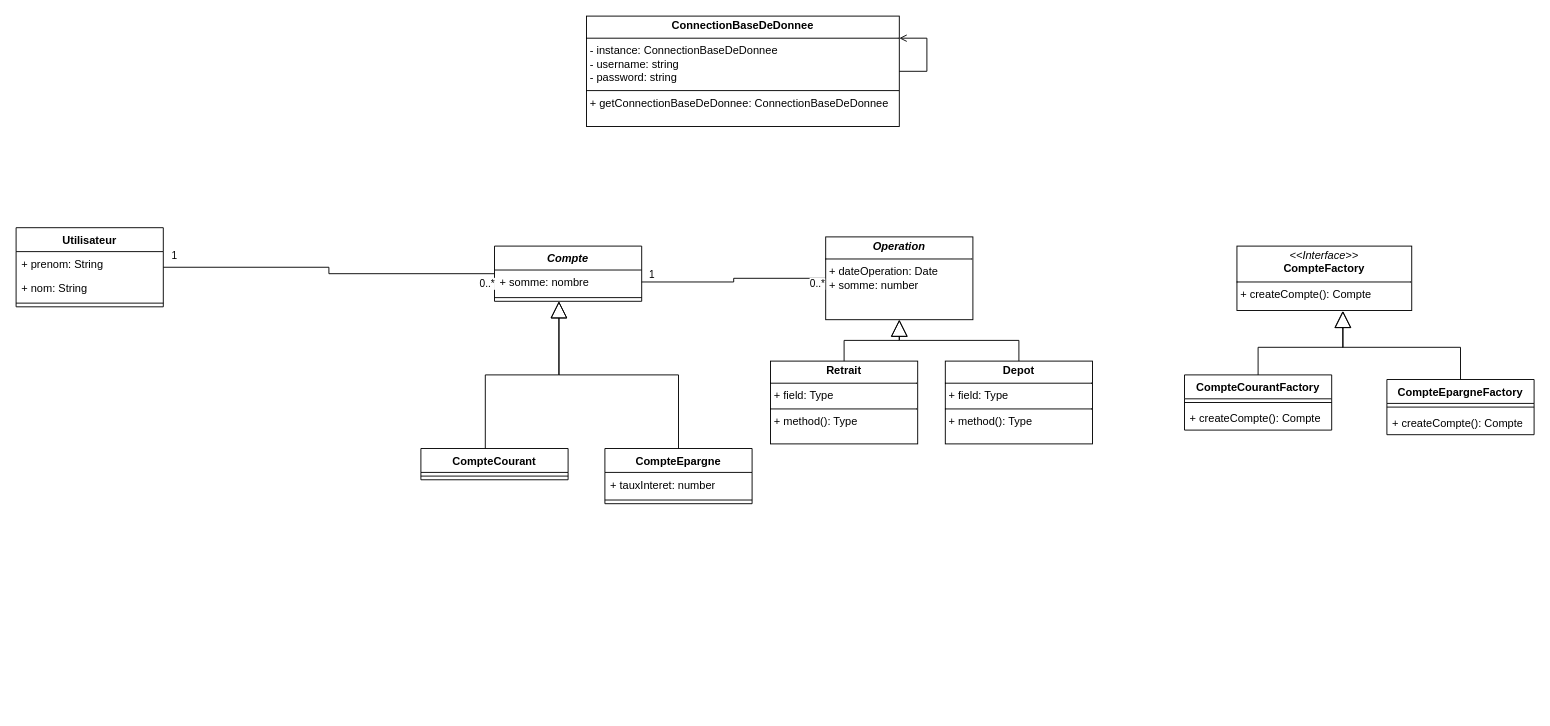
Before: docs/DiagrammeDeClasse.drawio in SamuelFMS/18-Dev-Design-Patern, a draw.io diagram. Source tidied: cells renumbered, new cells numbered last; positions are measured from the earlier drawing's top-left corner, leaving out a move shared by most shapes. Both pictures are drawn from the tidied source at 92%, with x=0, y=0 at pixel (16, 16).
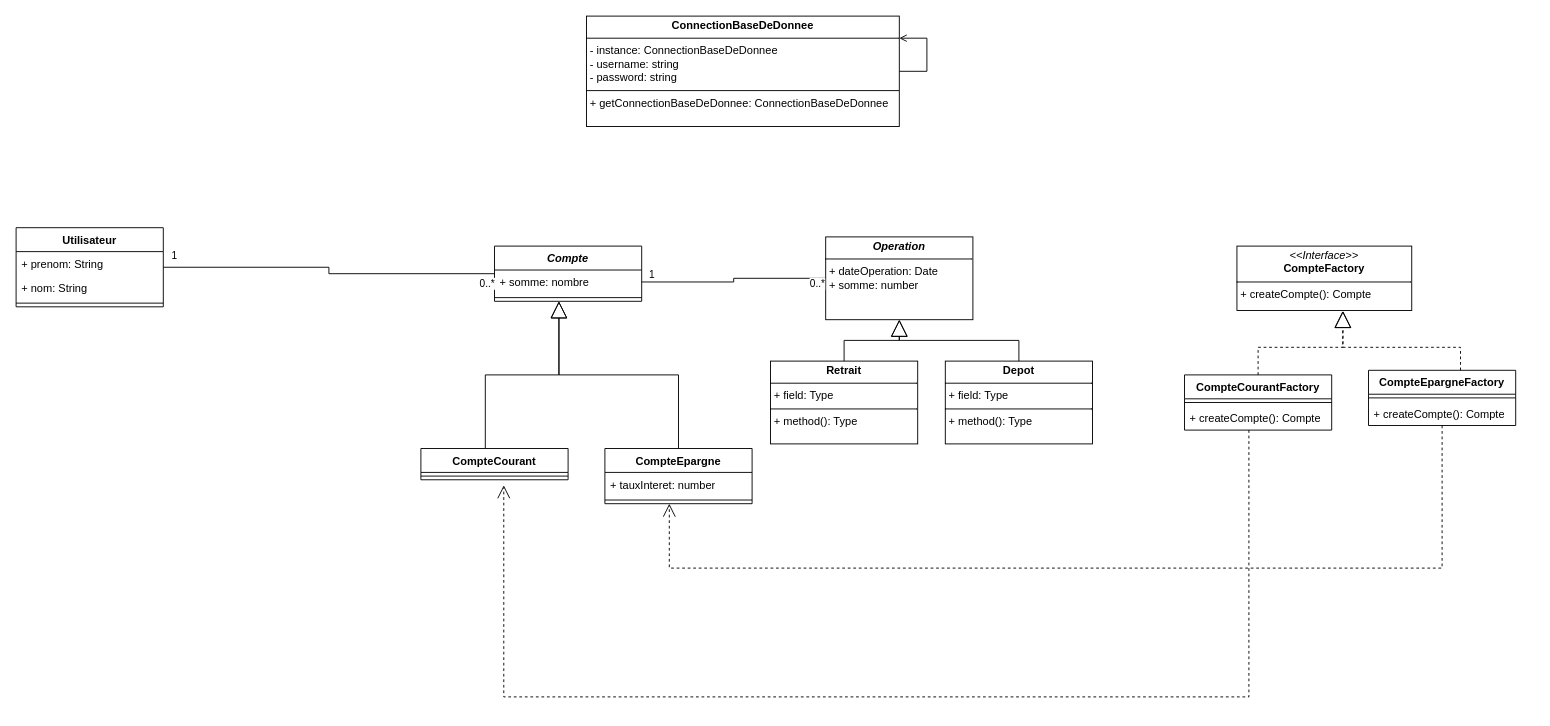
The same diagram, later.

Commit message:
docs: correction des fleches implementation au lieu de dextends pour l'interface CompteFactory et ajout de fleche use pour le Factory

The change refers to these unchanged cells:
```xml
<mxCell id="9" style="line;strokeWidth=1;fillColor=none;align=left;verticalAlign=middle;spacingTop=-1;spacingLeft=3;spacingRight=3;labelPosition=right;points=[];portConstraint=eastwest;strokeColor=inherit;labelPerimeter=1;" parent="7" vertex="1">
  <mxGeometry y="26" width="160" height="8" as="geometry" />
</mxCell>
<mxCell id="14" value="&lt;p style=&quot;margin:0px;margin-top:4px;text-align:center;&quot;&gt;&lt;i&gt;&amp;lt;&amp;lt;Interface&amp;gt;&amp;gt;&lt;/i&gt;&lt;br&gt;&lt;b&gt;CompteFactory&lt;/b&gt;&lt;/p&gt;&lt;hr size=&quot;1&quot; style=&quot;border-style:solid;&quot;&gt;&lt;p style=&quot;margin:0px;margin-left:4px;&quot;&gt;+ createCompte(): Compte&lt;br&gt;&lt;/p&gt;" style="verticalAlign=top;align=left;overflow=fill;html=1;whiteSpace=wrap;" parent="1" vertex="1">
  <mxGeometry x="1327" y="250" width="190" height="70" as="geometry" />
</mxCell>
<mxCell id="15" value="CompteCourantFactory" style="swimlane;fontStyle=1;align=center;verticalAlign=top;horizontal=1;startSize=26;whiteSpace=wrap;html=1;" parent="1" vertex="1">
  <mxGeometry x="1270" y="390" width="160" height="60" as="geometry" />
</mxCell>
<mxCell id="17" value="+ createCompte(): Compte" style="text;strokeColor=none;fillColor=none;align=left;verticalAlign=top;spacingLeft=4;spacingRight=4;overflow=hidden;points=[[0,0.5],[1,0.5]];portConstraint=eastwest;whiteSpace=wrap;html=1;" parent="15" vertex="1">
  <mxGeometry y="34" width="160" height="26" as="geometry" />
</mxCell>
```

Diff of the diagram source:
```diff
@@
     <mxCell id="18" value="CompteEpargneFactory" style="swimlane;fontStyle=1;align=center;verticalAlign=top;horizontal=1;startSize=26;whiteSpace=wrap;html=1;" parent="1" vertex="1">
-      <mxGeometry x="1490" y="395" width="160" height="60" as="geometry" />
+      <mxGeometry x="1470" y="385" width="160" height="60" as="geometry" />
     </mxCell>
@@
-    <mxCell id="21" style="endArrow=block;endSize=16;endFill=0;html=1;rounded=0;defaultLabelBackgroundColor=page;labelPadding=0 4;entryX=0.607;entryY=1.007;entryDx=0;entryDy=0;entryPerimeter=0;edgeStyle=orthogonalEdgeStyle;exitX=0.5;exitY=0;exitDx=0;exitDy=0;" parent="1" edge="1" source="15" target="14">
+    <mxCell id="21" style="endArrow=block;endSize=16;endFill=0;html=1;rounded=0;defaultLabelBackgroundColor=page;labelPadding=0 4;entryX=0.607;entryY=1.007;entryDx=0;entryDy=0;entryPerimeter=0;edgeStyle=orthogonalEdgeStyle;exitX=0.5;exitY=0;exitDx=0;exitDy=0;dashed=1;" parent="1" edge="1" source="15" target="14">
       <mxGeometry x="-0.04" relative="1" as="geometry">
         <Array as="points">
           <mxPoint x="1350" y="360" />
           <mxPoint x="1442.3" y="360" />
         </Array>
       </mxGeometry>
     </mxCell>
-    <mxCell id="22" style="endArrow=block;endSize=16;endFill=0;html=1;rounded=0;defaultLabelBackgroundColor=page;labelPadding=0 4;entryX=0.605;entryY=1.006;entryDx=0;entryDy=0;entryPerimeter=0;edgeStyle=orthogonalEdgeStyle;" parent="1" edge="1" source="18" target="14">
+    <mxCell id="22" style="endArrow=block;endSize=16;endFill=0;html=1;rounded=0;defaultLabelBackgroundColor=page;labelPadding=0 4;entryX=0.605;entryY=1.006;entryDx=0;entryDy=0;entryPerimeter=0;edgeStyle=orthogonalEdgeStyle;dashed=1;" parent="1" edge="1" source="18" target="14">
       <mxGeometry x="-0.01" relative="1" as="geometry">
         <Array as="points">
           <mxPoint x="1570" y="360" />
           <mxPoint x="1442" y="360" />
         </Array>
       </mxGeometry>
     </mxCell>
@@
+    <mxCell id="38" style="endArrow=open;endSize=12;dashed=1;html=1;rounded=0;defaultLabelBackgroundColor=page;labelPadding=0 4;entryX=0.563;entryY=1.75;entryDx=0;entryDy=0;entryPerimeter=0;edgeStyle=orthogonalEdgeStyle;" parent="1" edge="1" source="17" target="9">
+      <mxGeometry relative="1" as="geometry">
+        <Array as="points">
+          <mxPoint x="1340" y="740" />
+          <mxPoint x="530.1" y="740" />
+        </Array>
+      </mxGeometry>
+    </mxCell>
+    <mxCell id="39" style="endArrow=open;endSize=12;dashed=1;html=1;rounded=0;defaultLabelBackgroundColor=page;labelPadding=0 4;exitX=0.5;exitY=1;exitDx=0;exitDy=0;edgeStyle=orthogonalEdgeStyle;" parent="1" edge="1" source="18">
+      <mxGeometry relative="1" as="geometry">
+        <mxPoint x="710" y="530" as="targetPoint" />
+        <Array as="points">
+          <mxPoint x="1550" y="600" />
+          <mxPoint x="710" y="600" />
+        </Array>
+      </mxGeometry>
+    </mxCell>
```
